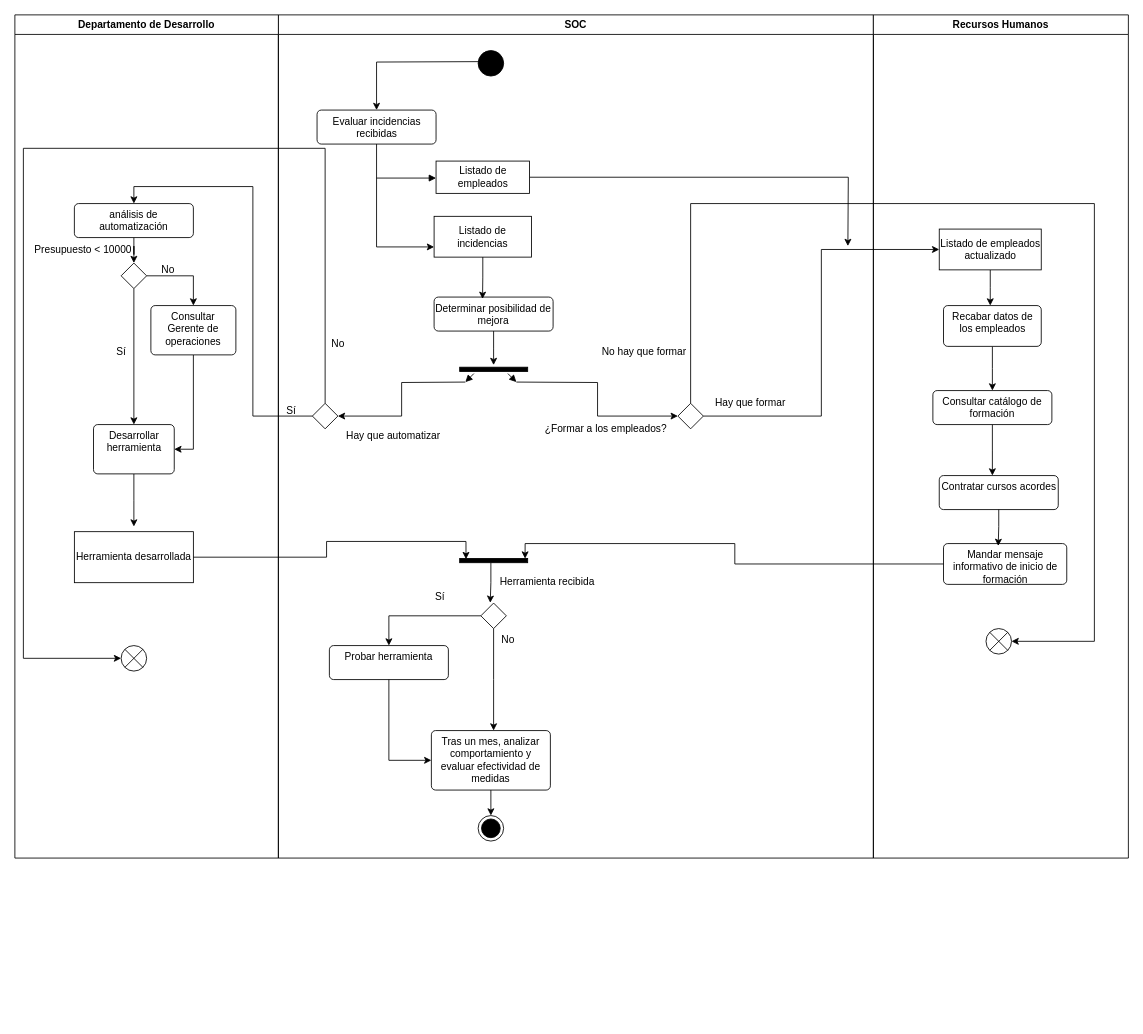
Above: Diagrama sin título.drawio in miguelmnz14/SI (draw.io), before the change. Source tidied: cells renumbered, new cells numbered last; positions are measured from the earlier drawing's top-left corner, leaving out a move shared by most shapes. Both pictures are drawn from the tidied source at 85%, with x=0, y=0 at pixel (14, 14).
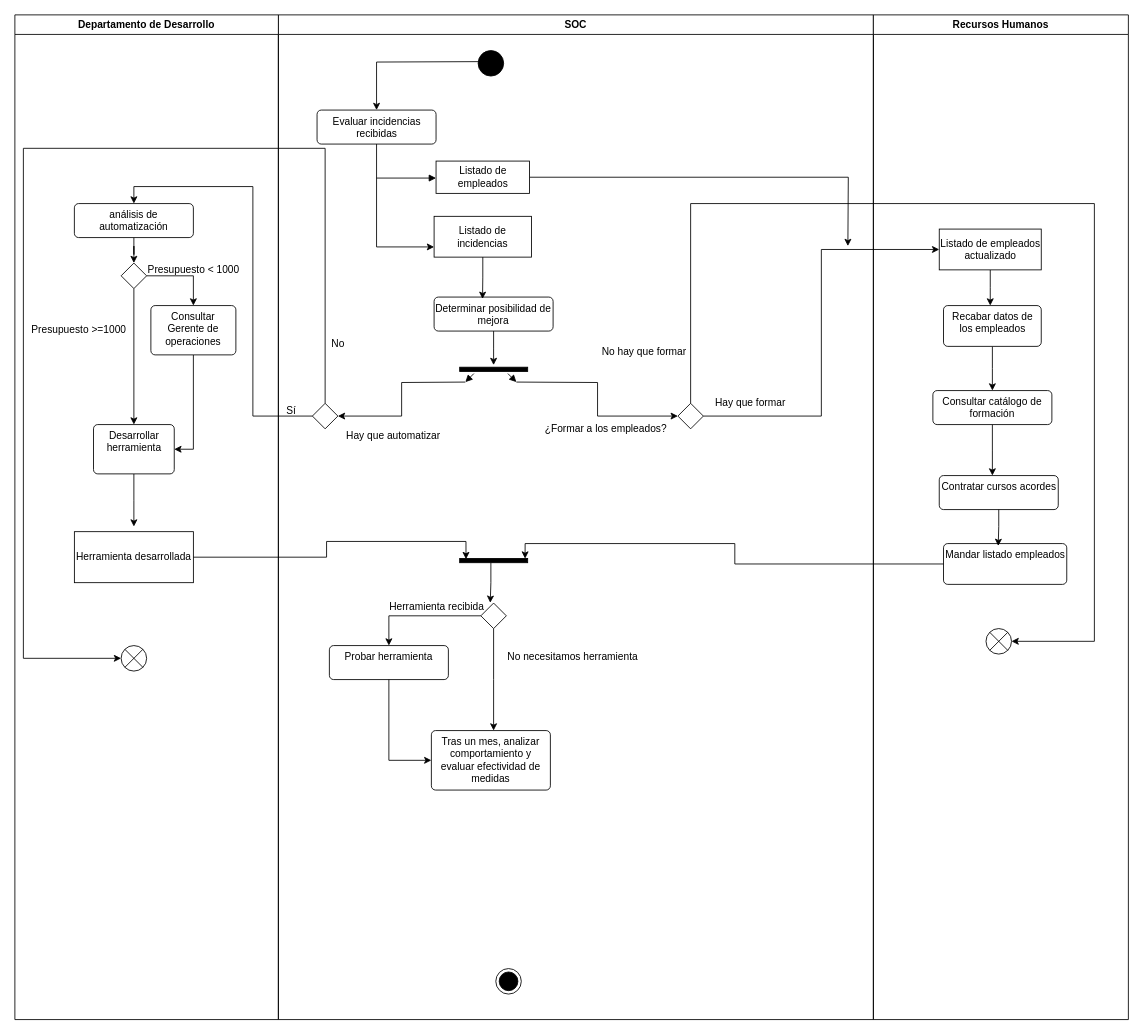
After the change.

Unchanged cells that the change refers to:
```xml
<mxCell id="66" value="Tras un mes, analizar comportamiento y evaluar efectividad de medidas" style="html=1;align=center;verticalAlign=top;rounded=1;absoluteArcSize=1;arcSize=10;dashed=0;whiteSpace=wrap;" parent="1" vertex="1">
  <mxGeometry x="490" y="842" width="140" height="70" as="geometry" />
</mxCell>
```

Change to the diagram source:
```diff
@@
     <mxCell id="2" value="SOC" style="swimlane;whiteSpace=wrap;" parent="1" vertex="1">
-      <mxGeometry x="310" width="700" height="992" as="geometry" />
+      <mxGeometry x="310" width="700" height="1182" as="geometry" />
     </mxCell>
@@
     <mxCell id="21" value="Herramienta recibida" style="text;html=1;align=center;verticalAlign=middle;strokeColor=none;fillColor=none;" parent="2" vertex="1">
-      <mxGeometry x="250.8" y="652" width="130" height="30" as="geometry" />
+      <mxGeometry x="120.8" y="682" width="130" height="30" as="geometry" />
     </mxCell>
@@
     <mxCell id="23" style="ellipse;html=1;shape=endState;fillColor=strokeColor;" parent="2" vertex="1">
-      <mxGeometry x="235" y="942" width="30" height="30" as="geometry" />
+      <mxGeometry x="255.8" y="1122" width="30" height="30" as="geometry" />
     </mxCell>
@@
+    <mxCell id="64" value="No necesitamos herramienta&lt;div&gt;&lt;br&gt;&lt;/div&gt;" style="text;html=1;align=center;verticalAlign=middle;strokeColor=none;fillColor=none;" parent="2" vertex="1">
+      <mxGeometry x="255.8" y="742" width="180" height="40" as="geometry" />
+    </mxCell>
     <mxCell id="33" value="Departamento de Desarrollo" style="swimlane;whiteSpace=wrap;" parent="1" vertex="1">
-      <mxGeometry width="310" height="992" as="geometry" />
+      <mxGeometry width="310" height="1182" as="geometry" />
     </mxCell>
@@
-    <mxCell id="43" value="Presupuesto &amp;lt; 10000" style="text;html=1;align=center;verticalAlign=middle;strokeColor=none;fillColor=none;" parent="33" vertex="1">
-      <mxGeometry x="10" y="262" width="140" height="30" as="geometry" />
-    </mxCell>
-    <mxCell id="44" value="Sí" style="text;html=1;align=center;verticalAlign=middle;strokeColor=none;fillColor=none;" parent="33" vertex="1">
-      <mxGeometry x="110" y="382" width="30" height="30" as="geometry" />
+    <mxCell id="44" value="Presupuesto &amp;gt;=1000" style="text;html=1;align=center;verticalAlign=middle;strokeColor=none;fillColor=none;" parent="33" vertex="1">
+      <mxGeometry x="10" y="356" width="130" height="30" as="geometry" />
     </mxCell>
-    <mxCell id="45" value="No" style="text;html=1;align=center;verticalAlign=middle;strokeColor=none;fillColor=none;" parent="33" vertex="1">
-      <mxGeometry x="160" y="285" width="40" height="30" as="geometry" />
+    <mxCell id="45" value="Presupuesto &amp;lt; 1000" style="text;html=1;align=center;verticalAlign=middle;strokeColor=none;fillColor=none;" parent="33" vertex="1">
+      <mxGeometry x="145" y="285" width="130" height="30" as="geometry" />
     </mxCell>
@@
     <mxCell id="48" value="Recursos Humanos" style="swimlane;whiteSpace=wrap;" parent="1" vertex="1">
-      <mxGeometry x="1010" width="300" height="992" as="geometry" />
+      <mxGeometry x="1010" width="300" height="1182" as="geometry" />
     </mxCell>
@@
-    <mxCell id="57" value="Mandar mensaje informativo de inicio de formación" style="html=1;align=center;verticalAlign=top;rounded=1;absoluteArcSize=1;arcSize=10;dashed=0;whiteSpace=wrap;" parent="48" vertex="1">
+    <mxCell id="57" value="Mandar listado empleados&lt;div&gt;&lt;br&gt;&lt;/div&gt;" style="html=1;align=center;verticalAlign=top;rounded=1;absoluteArcSize=1;arcSize=10;dashed=0;whiteSpace=wrap;" parent="48" vertex="1">
       <mxGeometry x="82.5" y="622" width="145" height="48" as="geometry" />
     </mxCell>
@@
-    <mxCell id="63" value="Sí" style="text;html=1;align=center;verticalAlign=middle;strokeColor=none;fillColor=none;" parent="1" vertex="1">
-      <mxGeometry x="485" y="670" width="30" height="30" as="geometry" />
-    </mxCell>
-    <mxCell id="64" value="No" style="text;html=1;align=center;verticalAlign=middle;strokeColor=none;fillColor=none;" parent="1" vertex="1">
-      <mxGeometry x="560" y="720" width="40" height="30" as="geometry" />
-    </mxCell>
-    <mxCell id="65" style="edgeStyle=orthogonalEdgeStyle;rounded=0;jettySize=auto;html=1;" parent="1" edge="1" source="66">
-      <mxGeometry relative="1" as="geometry">
-        <mxPoint x="560" y="942" as="targetPoint" />
-      </mxGeometry>
-    </mxCell>
```
